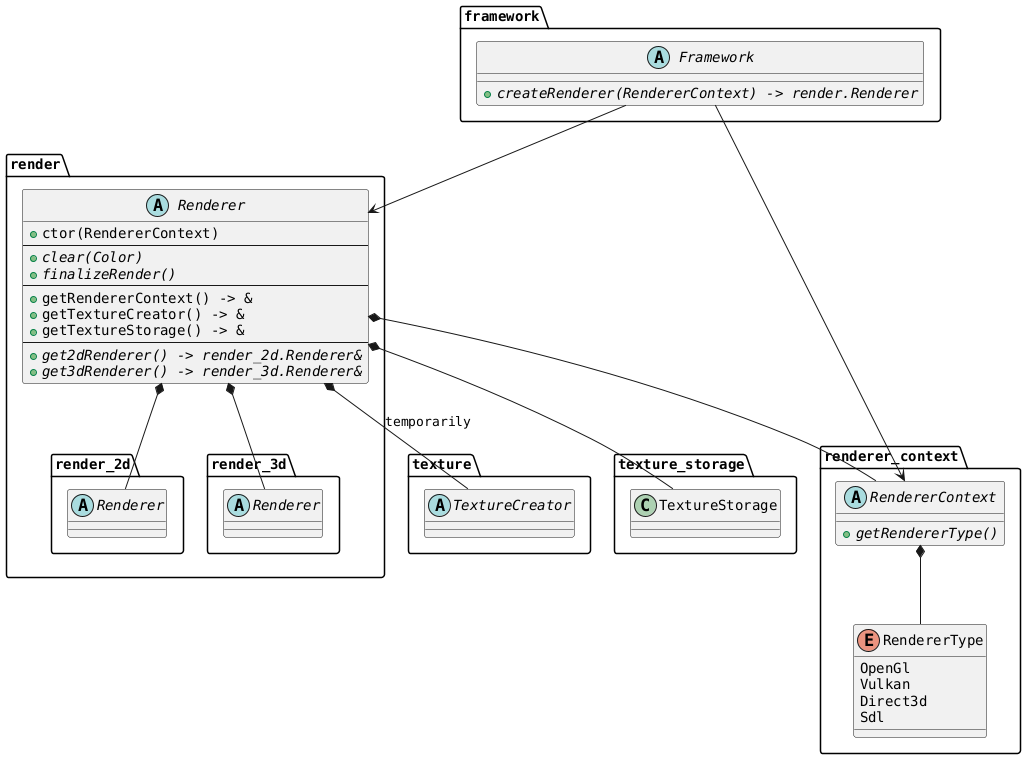
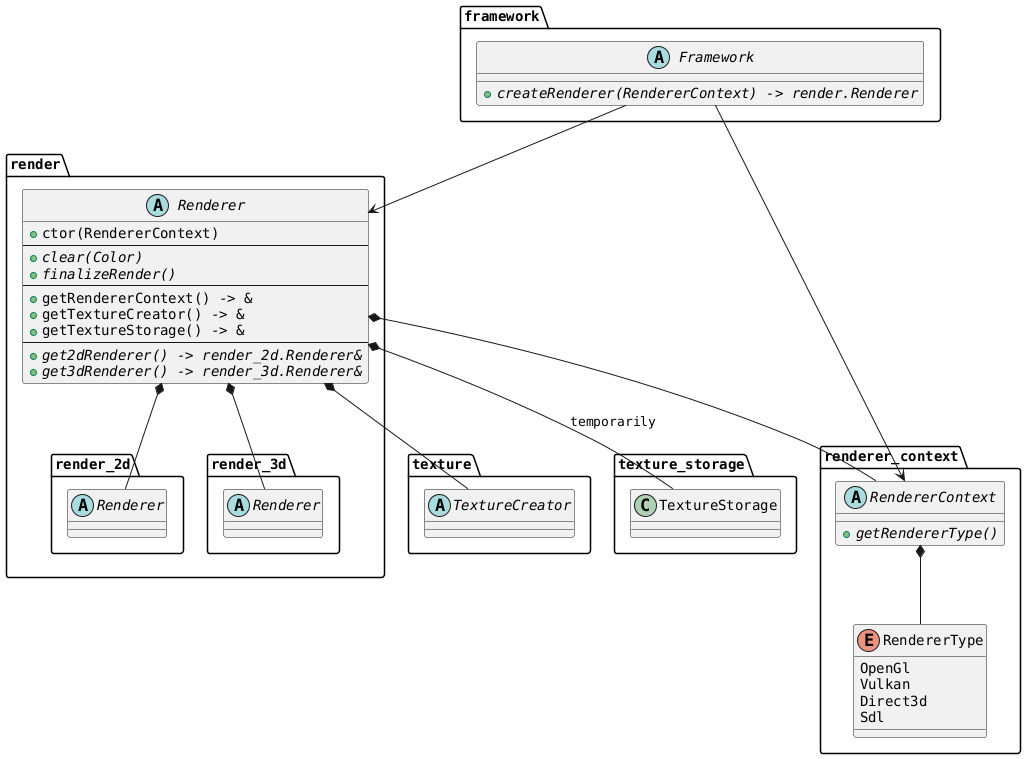
@startuml

skinparam defaultFontName monospaced

'=======================================================================================================================
package renderer_context {
    '===================================================================================================================
    enum RendererType {
        OpenGl
        Vulkan
        Direct3d
        Sdl
    }

    '===================================================================================================================
    abstract class RendererContext {
        + {abstract} getRendererType()
    }

    '-------------------------------------------------------------------------------------------------------------------
    RendererContext *-- RendererType
}

'=======================================================================================================================
package texture {
    '===================================================================================================================
    abstract class TextureCreator
}

'=======================================================================================================================
package texture_storage {
    '===================================================================================================================
    class TextureStorage
}

'=======================================================================================================================
package render {
    '===================================================================================================================
    abstract class Renderer {
        + ctor(RendererContext)
    --
        + {abstract} clear(Color)
        + {abstract} finalizeRender()
    --
        + getRendererContext() -> &
        + getTextureCreator() -> &
        + getTextureStorage() -> &
    --
        + {abstract} get2dRenderer() -> render_2d.Renderer&
        + {abstract} get3dRenderer() -> render_3d.Renderer&
    }

    '-------------------------------------------------------------------------------------------------------------------
    package render_2d {
        abstract class Renderer
    }

    '-------------------------------------------------------------------------------------------------------------------
    package render_3d {
        abstract class Renderer
    }

    '-------------------------------------------------------------------------------------------------------------------
    Renderer *-- renderer_context.RendererContext
-     Renderer *-- texture_storage.TextureStorage
-     Renderer *-- texture.TextureCreator : temporarily
+     Renderer *-- texture_storage.TextureStorage : temporarily
+     Renderer *-- texture.TextureCreator
    Renderer *-- render_2d.Renderer
    Renderer *-- render_3d.Renderer
}

'=======================================================================================================================
package framework {
    '===================================================================================================================
    abstract class Framework {
        + {abstract} createRenderer(RendererContext) -> render.Renderer
    }

    '-------------------------------------------------------------------------------------------------------------------
    Framework --> renderer_context.RendererContext
    Framework --> render.Renderer
}

'=======================================================================================================================
@enduml
